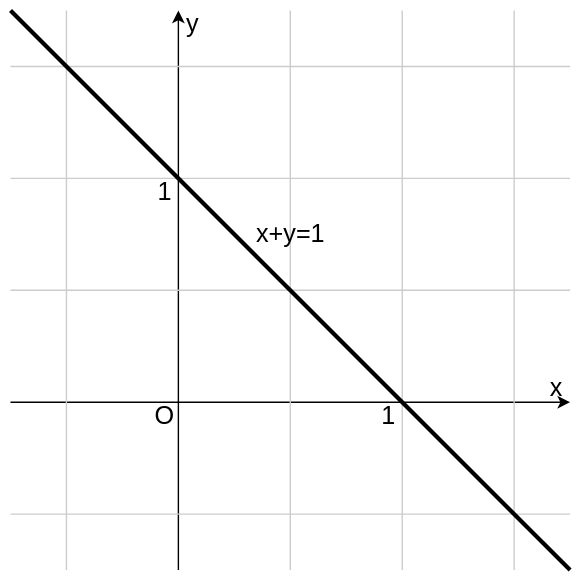
Earlier version of the draw.io export tips/img/xy_plane_03-1.drawio.svg (Kampachi-Percy/mathterro). Source tidied: cells renumbered, new cells last; positions are measured from the earlier drawing's top-left corner, leaving out a move shared by most shapes.
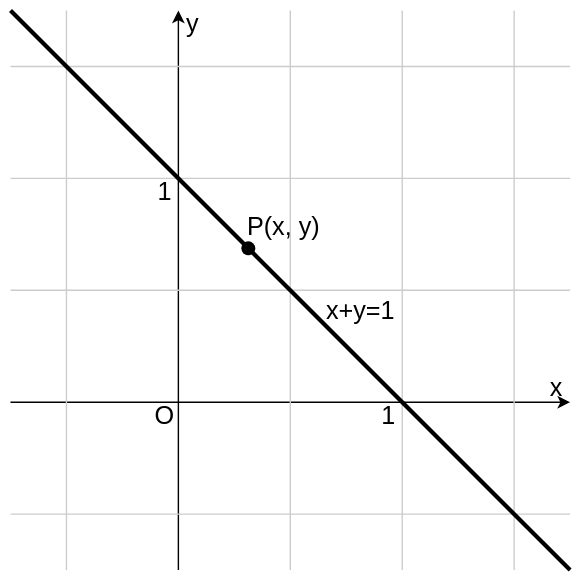
The same file after the commit.

Change to the diagram source:
```diff
@@ -84,7 +84,13 @@
       <mxGeometry x="120" width="20" height="30" as="geometry" />
     </mxCell>
     <mxCell id="18" value="x+y=1" style="text;html=1;align=center;verticalAlign=middle;strokeColor=none;fontSize=18;" parent="1" vertex="1">
-      <mxGeometry x="170" y="150" width="60" height="30" as="geometry" />
+      <mxGeometry x="220" y="205" width="60" height="30" as="geometry" />
     </mxCell>
+    <mxCell id="19" style="shape=waypoint;sketch=0;size=6;fillColor=none;perimeter=centerPerimeter;strokeWidth=3;" parent="1" vertex="1">
+      <mxGeometry x="150" y="155" width="40" height="40" as="geometry" />
+    </mxCell>
+    <mxCell id="20" value="P(x, y)" style="text;html=1;align=center;verticalAlign=middle;strokeColor=none;fontSize=18;" parent="1" vertex="1">
+      <mxGeometry x="160" y="145" width="70" height="30" as="geometry" />
+    </mxCell>
   </root>
 </mxGraphModel>
```
